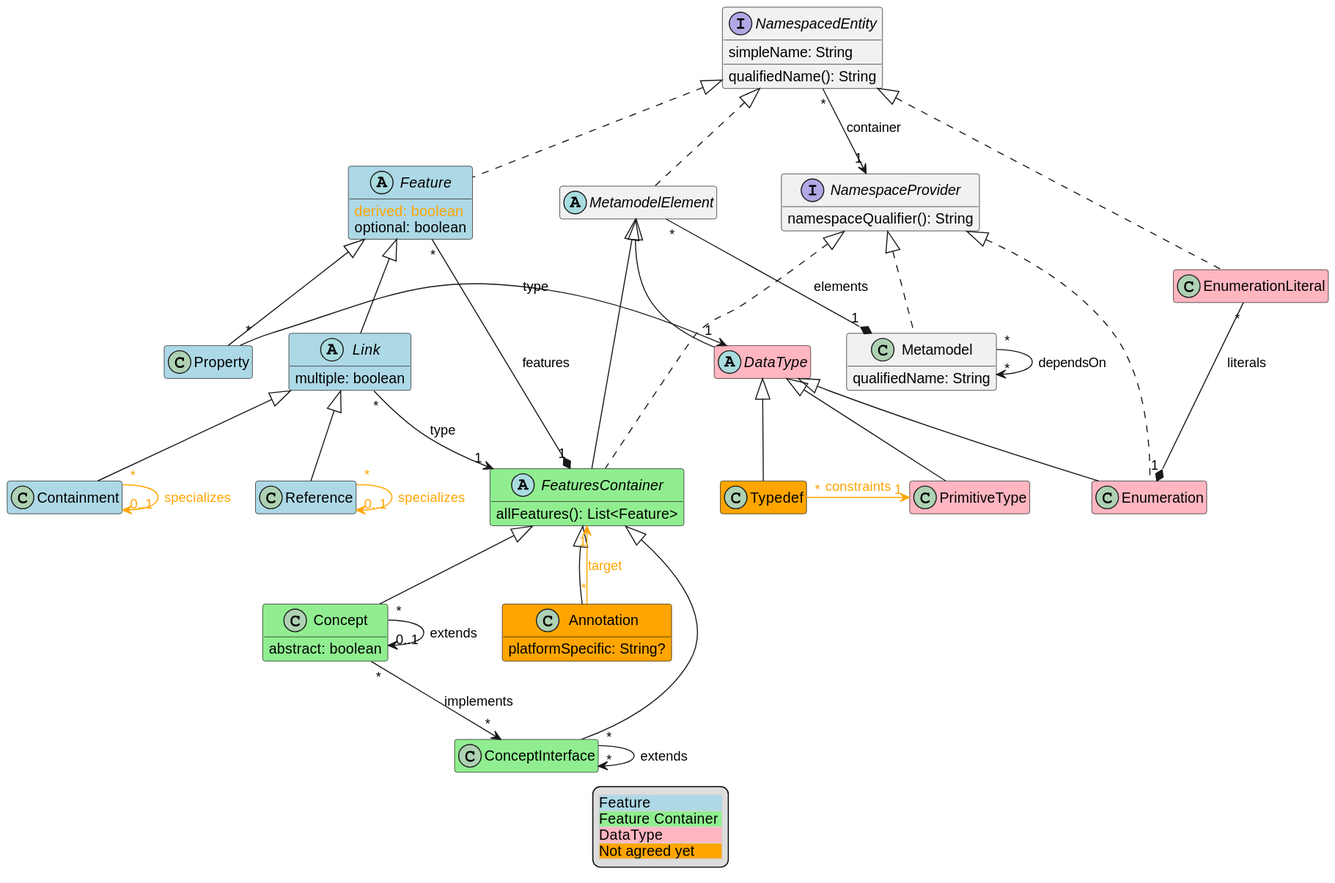
Before: lioncore/metametamodel.svg, a diagram exported from PlantUML (LionWeb-io/specification). Its source is kept beside it as lioncore/metametamodel.puml.
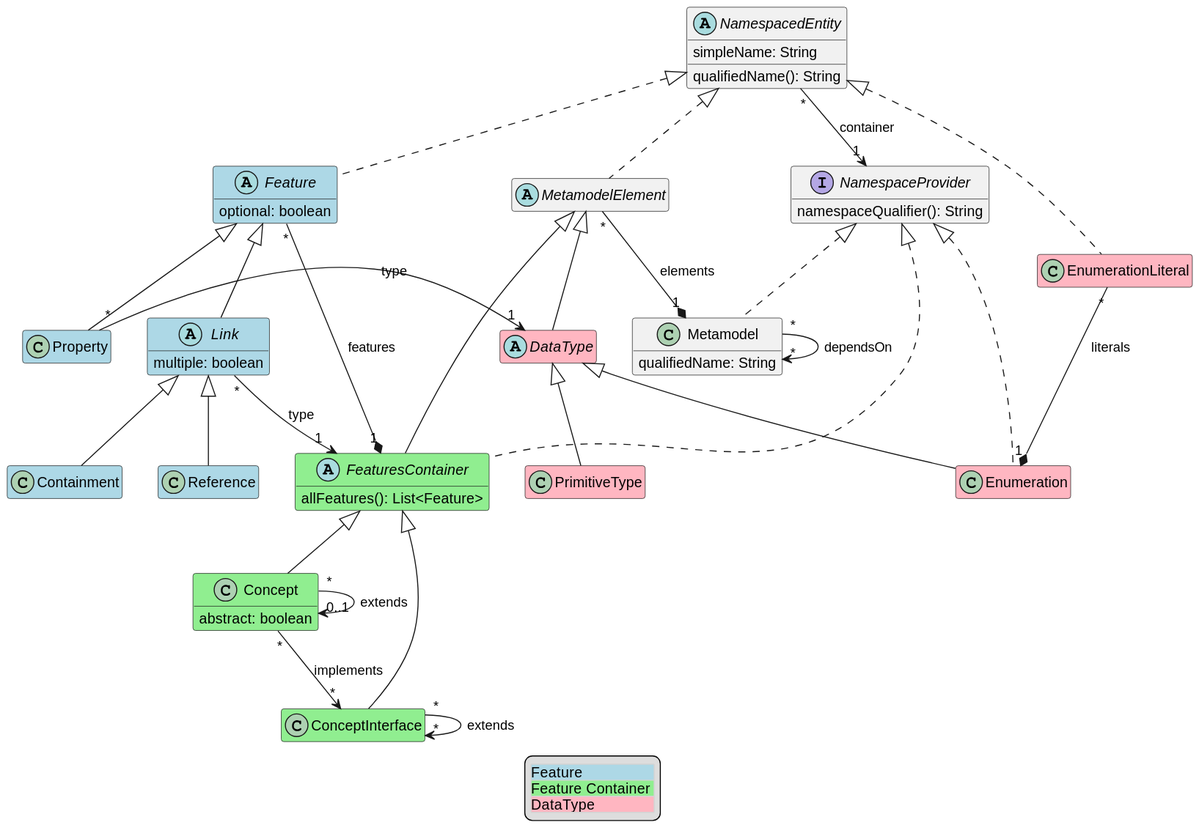
After the commit.

Commit message:
removed "not agreed yet" elements from M3 diagram

What changed in the source:
```diff
@@ -1,9 +1,5 @@
 @startuml
 hide empty members
-
-class Annotation #orange extends FeaturesContainer  {
-  platformSpecific: String?
-}
 
 class Concept #LightGreen extends FeaturesContainer {
   abstract: boolean
@@ -20,7 +16,6 @@
 class EnumerationLiteral #LightPink implements NamespacedEntity
 
 abstract class Feature #LightBlue implements NamespacedEntity {
-  <color:#orange>derived: boolean</color>
   optional: boolean
 }
 
@@ -53,17 +48,11 @@
 
 class Reference #LightBlue extends Link
 
-class Typedef #orange extends DataType
-
-
-Annotation "*" --> "1" FeaturesContainer #orange;text:orange : target
 
 Concept "*" -> "0..1" Concept: extends
 Concept "*" --> "*" ConceptInterface: implements
 
 ConceptInterface "*" --> "*" ConceptInterface: extends
-
-Containment "*" -> "0..1" Containment #orange;text:orange : specializes
 
 EnumerationLiteral "*" -* "1" Enumeration : literals
 
@@ -78,14 +67,9 @@
 
 Property "*" -> "1" DataType: type
 
-Reference "*" -> "0..1" Reference #orange;text:orange : specializes
-
-Typedef "*" -> "1" PrimitiveType #orange;text:orange : constraints
-
 legend
   <#LightGray,#LightGray>| <#LightBlue>Feature |
   | <#LightGreen>Feature Container |
   | <#LightPink>DataType |
-  | <#orange>Not agreed yet |
 end legend
 @enduml
```
